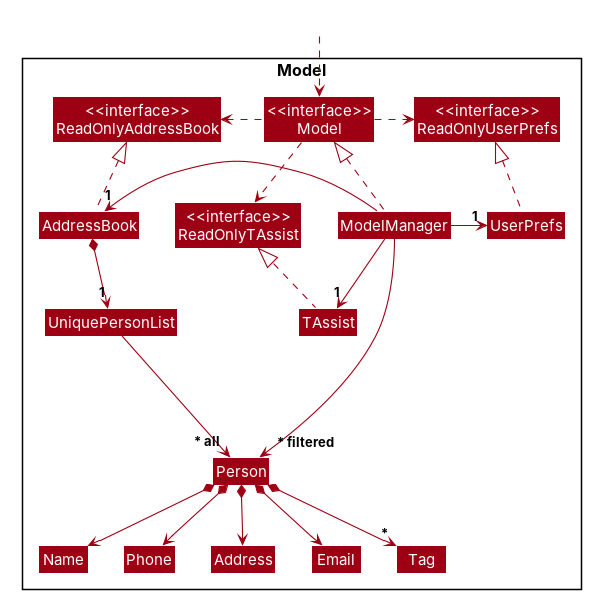
AY2627S1-CS2103T-T12-4/tp keeps this PlantUML diagram as docs/images/ModelClassDiagram.png. Above is the earlier version. Its source is kept beside it as docs/diagrams/ModelClassDiagram.puml.
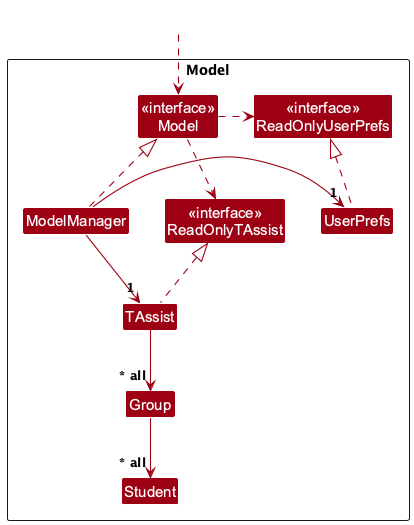
The same diagram one commit later.

The edit, as a diff of the source:
```diff
@@ -5,55 +5,26 @@
 skinparam classBackgroundColor MODEL_COLOR
 
 Package Model as ModelPackage <<Rectangle>>{
-Class "<<interface>>\nReadOnlyAddressBook" as ReadOnlyAddressBook
 Class "<<interface>>\nReadOnlyUserPrefs" as ReadOnlyUserPrefs
 Class "<<interface>>\nModel" as Model
 Class "<<interface>>\nReadOnlyTAssist" as ReadOnlyTAssist
 Class TAssist
-Class AddressBook
 Class ModelManager
 Class UserPrefs
-
-Class UniquePersonList
-Class Person
-Class Address
-Class Email
-Class Name
-Class Phone
-Class Tag
-
-Class I #FFFFFF
+Class Group
+Class Student
 }
 
 Class HiddenOutside #FFFFFF
 HiddenOutside ..> Model
 
-AddressBook .up.|> ReadOnlyAddressBook
-
 ModelManager .up.|> Model
 Model .right.> ReadOnlyUserPrefs
-Model .left.> ReadOnlyAddressBook
-ModelManager -left-> "1" AddressBook
+Model .down.> ReadOnlyTAssist
 ModelManager -down-> "1" TAssist
+ModelManager -right-> "1" UserPrefs
 TAssist .up.|> ReadOnlyTAssist
-Model .down.> ReadOnlyTAssist
-ModelManager -right-> "1" UserPrefs
 UserPrefs .up.|> ReadOnlyUserPrefs
-
-AddressBook *--> "1" UniquePersonList
-UniquePersonList --> "~* all" Person
-Person *--> Name
-Person *--> Phone
-Person *--> Email
-Person *--> Address
-Person *--> "*" Tag
-
-Person -[hidden]up--> I
-UniquePersonList -[hidden]right-> I
-
-Name -[hidden]right-> Phone
-Phone -[hidden]right-> Address
-Address -[hidden]right-> Email
-
-ModelManager --> "~* filtered" Person
+TAssist --> "~* all" Group
+Group --> "~* all" Student
 @enduml
```
